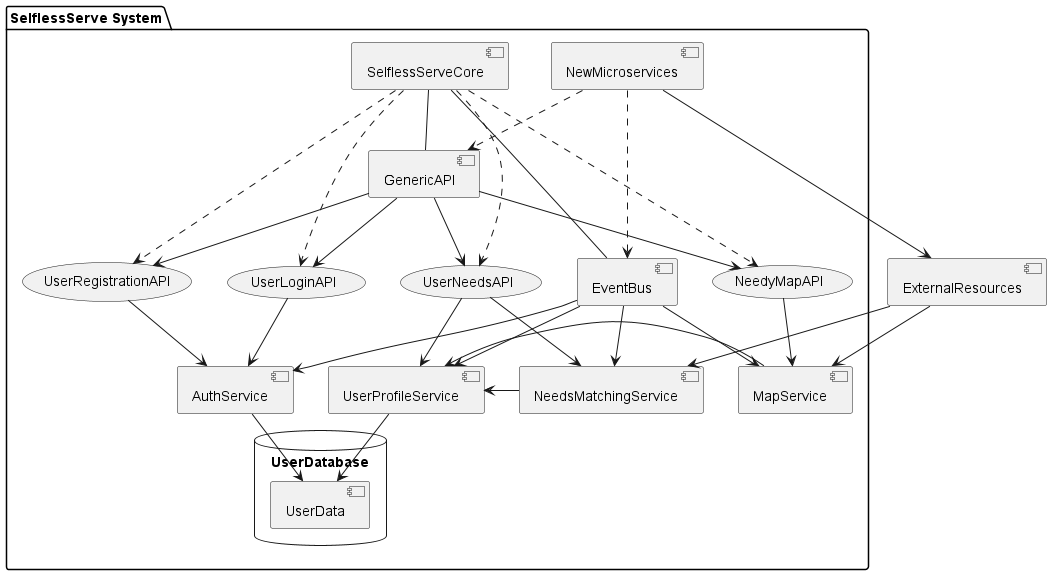
This is out/docs/SelflessServeSystem/SelflessServe System.png from tonisun/SelflessServe.org, a PlantUML export, as it was before one commit.
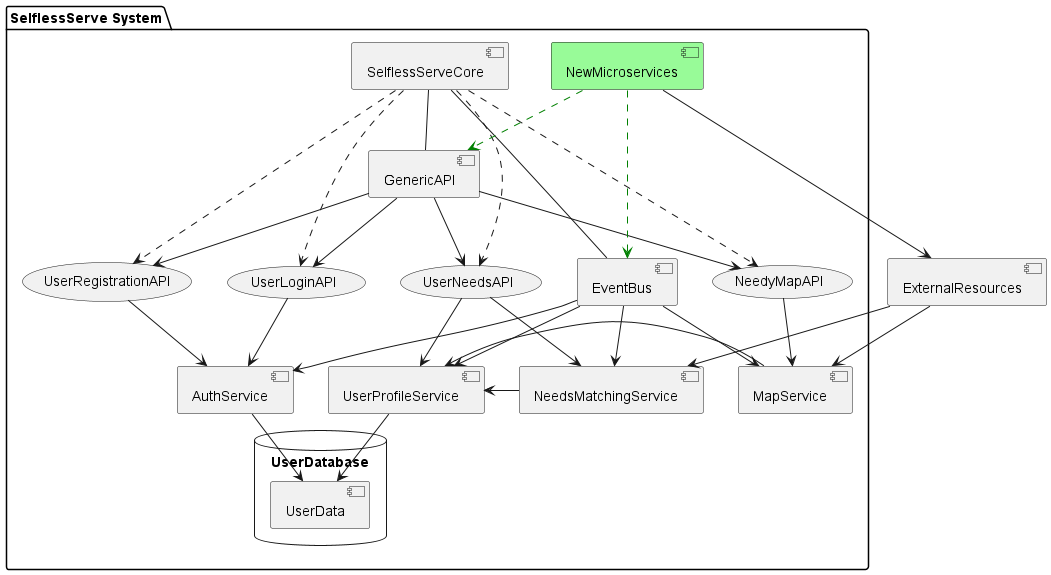
The same file after the commit.

The edit, as a diff of the source:
```diff
@@ -32,8 +32,9 @@
 
   (NeedyMapAPI) --> [MapService]
 
-  [NewMicroservices] ..> [GenericAPI]
-  [NewMicroservices] ..> [EventBus]
+  component [NewMicroservices] #palegreen
+  [NewMicroservices] ..> [GenericAPI] #green
+  [NewMicroservices] ..> [EventBus] #green
 }
 
 [AuthService] --> [UserData]
```
